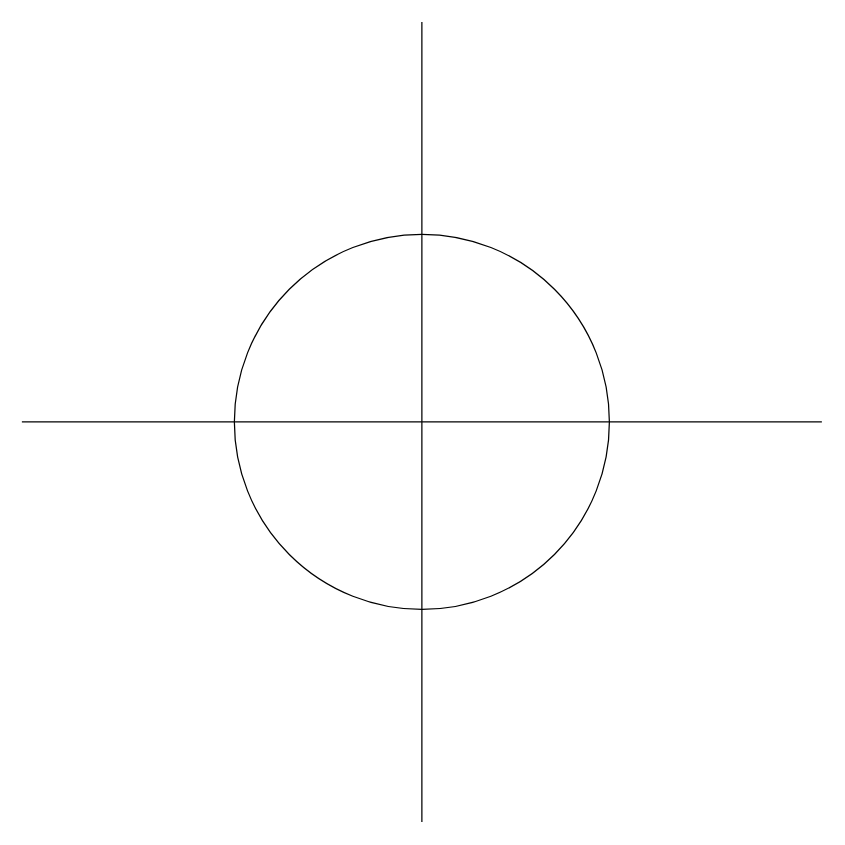
This is 旋转矩阵推导.drawio from KAZAMA-DREAM/mathpicture, a draw.io file, before an edit. Source tidied: cells renumbered, new cells numbered last; positions are measured from the earlier drawing's top-left corner, leaving out a move shared by most shapes. Both pictures are drawn from the tidied source at 125%, with x=0, y=0 at pixel (21, 21).
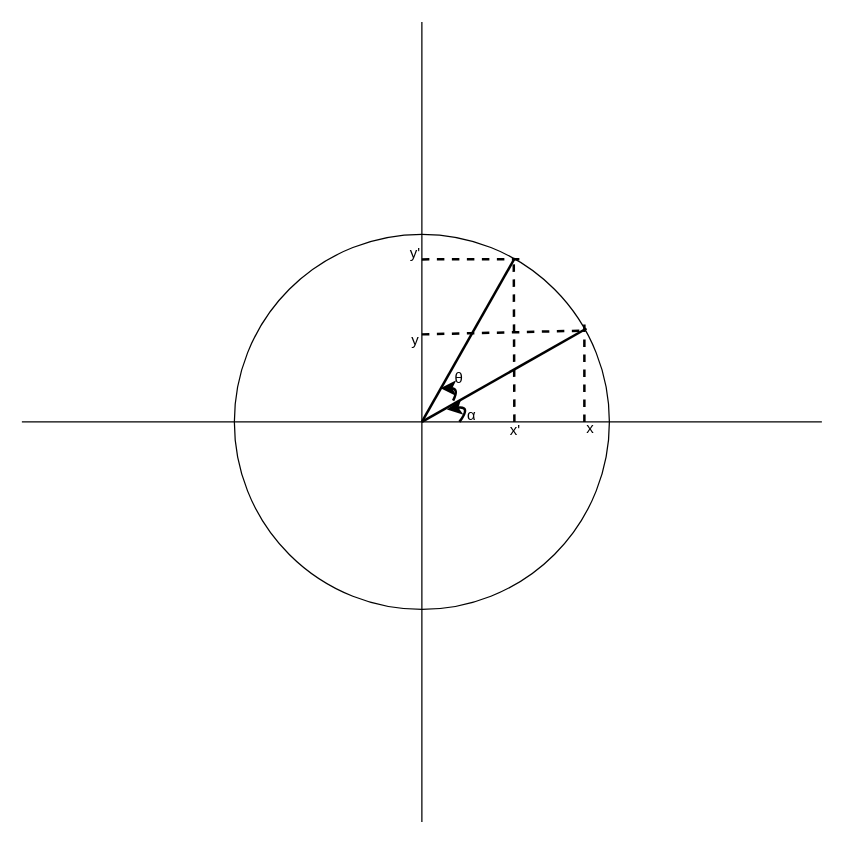
Above is the later version.

Commit message (it also covers changes not shown here):
更新旋转矩阵推导.drawio

Unchanged cells that the change refers to:
```xml
<mxCell id="2" style="ellipse;whiteSpace=wrap;html=1;" parent="1" vertex="1">
  <mxGeometry x="170" y="170" width="300" height="300" as="geometry" />
</mxCell>
```

Change to the diagram source:
```diff
@@
+    <mxCell id="5" style="endArrow=none;html=1;rounded=0;exitX=0.939;exitY=0.251;exitDx=0;exitDy=0;exitPerimeter=0;strokeWidth=2;" parent="1" edge="1" source="2">
+      <mxGeometry relative="1" as="geometry">
+        <mxPoint x="320" y="320" as="targetPoint" />
+      </mxGeometry>
+    </mxCell>
+    <mxCell id="6" style="endArrow=none;html=1;rounded=0;exitX=0.748;exitY=0.063;exitDx=0;exitDy=0;exitPerimeter=0;strokeWidth=2;" parent="1" edge="1" source="2">
+      <mxGeometry relative="1" as="geometry">
+        <mxPoint x="320" y="320" as="targetPoint" />
+      </mxGeometry>
+    </mxCell>
+    <mxCell id="7" style="endArrow=none;dashed=1;html=1;rounded=0;strokeWidth=2;" parent="1" edge="1">
+      <mxGeometry relative="1" as="geometry">
+        <mxPoint x="450" y="320" as="sourcePoint" />
+        <mxPoint x="450" y="240" as="targetPoint" />
+      </mxGeometry>
+    </mxCell>
+    <mxCell id="8" style="endArrow=none;dashed=1;html=1;rounded=0;strokeWidth=2;entryX=0.745;entryY=0.06;entryDx=0;entryDy=0;entryPerimeter=0;" parent="1" edge="1" target="2">
+      <mxGeometry relative="1" as="geometry">
+        <mxPoint x="394" y="320" as="sourcePoint" />
+      </mxGeometry>
+    </mxCell>
+    <mxCell id="9" style="curved=1;endArrow=classic;html=1;rounded=0;strokeWidth=2;" parent="1" edge="1">
+      <mxGeometry relative="1" as="geometry">
+        <mxPoint x="350" y="320" as="sourcePoint" />
+        <mxPoint x="340" y="310" as="targetPoint" />
+        <Array as="points">
+          <mxPoint x="360" y="307" />
+        </Array>
+      </mxGeometry>
+    </mxCell>
+    <mxCell id="10" value="α" style="text;html=1;strokeColor=none;fillColor=none;align=center;verticalAlign=middle;whiteSpace=wrap;rounded=0;" parent="1" vertex="1">
+      <mxGeometry x="355" y="310" width="10" height="10" as="geometry" />
+    </mxCell>
+    <mxCell id="11" style="curved=1;endArrow=classic;html=1;rounded=0;strokeWidth=2;" parent="1" edge="1">
+      <mxGeometry relative="1" as="geometry">
+        <mxPoint x="345" y="303" as="sourcePoint" />
+        <mxPoint x="335" y="293" as="targetPoint" />
+        <Array as="points">
+          <mxPoint x="350" y="293" />
+        </Array>
+      </mxGeometry>
+    </mxCell>
+    <mxCell id="12" value="θ" style="text;html=1;strokeColor=none;fillColor=none;align=center;verticalAlign=middle;whiteSpace=wrap;rounded=0;" parent="1" vertex="1">
+      <mxGeometry x="345" y="280" width="10" height="10" as="geometry" />
+    </mxCell>
+    <mxCell id="13" value="x" style="text;html=1;strokeColor=none;fillColor=none;align=center;verticalAlign=middle;whiteSpace=wrap;rounded=0;" parent="1" vertex="1">
+      <mxGeometry x="450" y="320" width="10" height="10" as="geometry" />
+    </mxCell>
+    <mxCell id="14" style="endArrow=none;dashed=1;html=1;rounded=0;strokeWidth=2;entryX=0.762;entryY=0.066;entryDx=0;entryDy=0;entryPerimeter=0;" parent="1" edge="1" target="2">
+      <mxGeometry relative="1" as="geometry">
+        <mxPoint x="320" y="190" as="sourcePoint" />
+      </mxGeometry>
+    </mxCell>
+    <mxCell id="15" style="endArrow=none;dashed=1;html=1;rounded=0;strokeWidth=2;entryX=0.762;entryY=0.066;entryDx=0;entryDy=0;entryPerimeter=0;" parent="1" edge="1">
+      <mxGeometry relative="1" as="geometry">
+        <mxPoint x="320" y="250" as="sourcePoint" />
+        <mxPoint x="450" y="247" as="targetPoint" />
+      </mxGeometry>
+    </mxCell>
+    <mxCell id="16" value="y" style="text;html=1;strokeColor=none;fillColor=none;align=center;verticalAlign=middle;whiteSpace=wrap;rounded=0;" parent="1" vertex="1">
+      <mxGeometry x="310" y="250" width="10" height="10" as="geometry" />
+    </mxCell>
+    <mxCell id="17" value="x'" style="text;html=1;strokeColor=none;fillColor=none;align=center;verticalAlign=middle;whiteSpace=wrap;rounded=0;" parent="1" vertex="1">
+      <mxGeometry x="390" y="322" width="10" height="10" as="geometry" />
+    </mxCell>
+    <mxCell id="18" value="y'" style="text;html=1;strokeColor=none;fillColor=none;align=center;verticalAlign=middle;whiteSpace=wrap;rounded=0;" parent="1" vertex="1">
+      <mxGeometry x="310" y="180" width="10" height="10" as="geometry" />
+    </mxCell>
```
